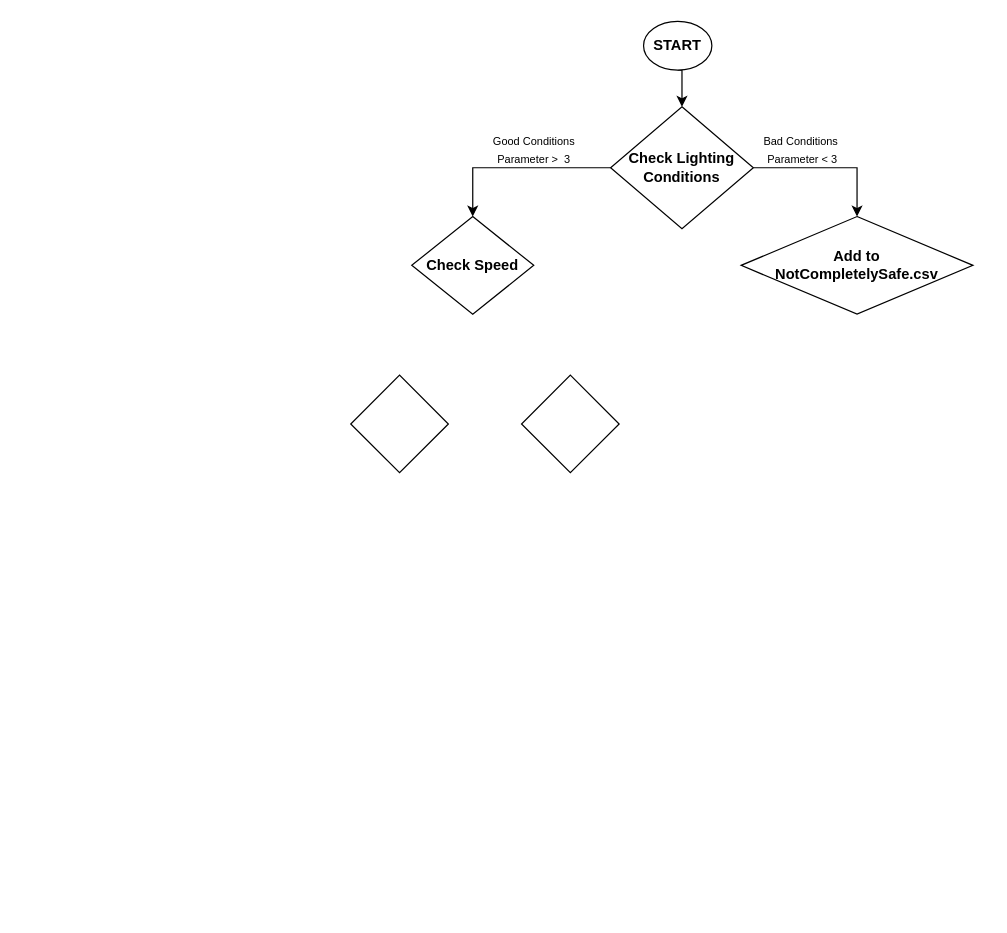
Above: WASN_trsut.drawio in sarthak100301/FlowCharts (draw.io), before the change. Source tidied: cells renumbered, new cells numbered last; positions are measured from the earlier drawing's top-left corner, leaving out a move shared by most shapes. Both pictures are drawn from the tidied source at 122%, with x=0, y=0 at pixel (350, 21).
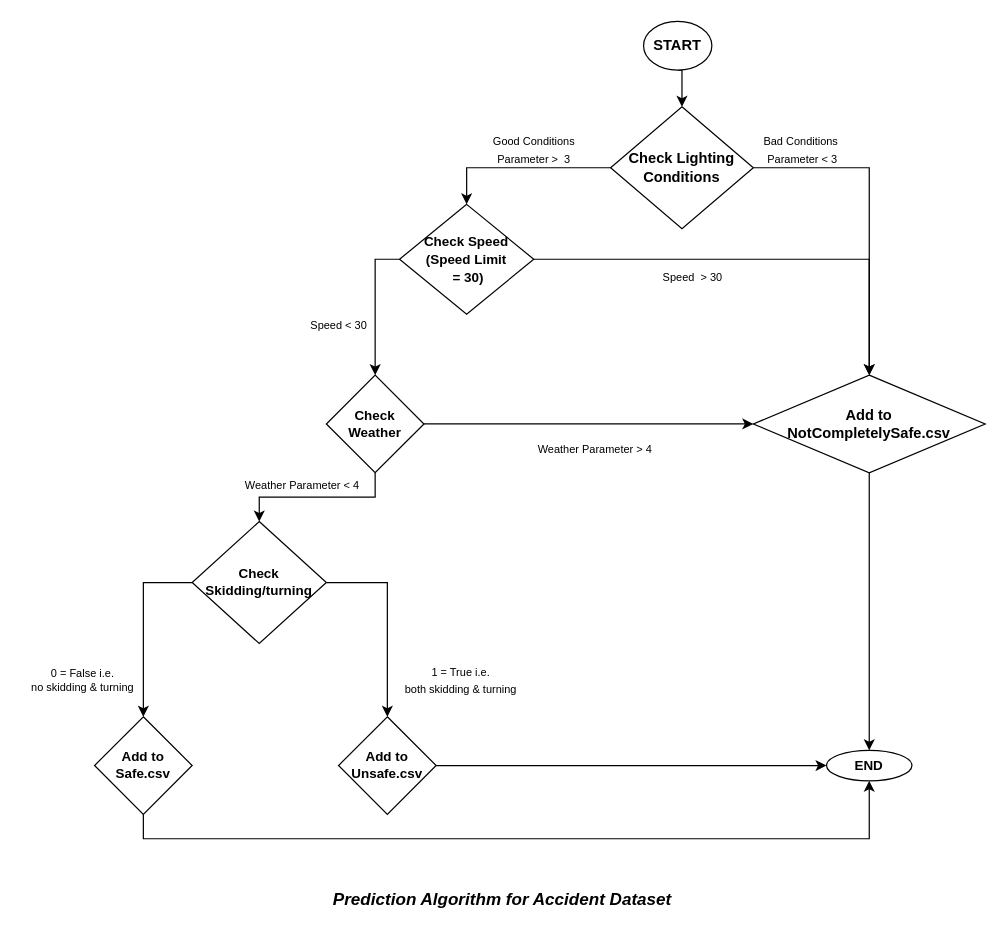
Above is the later version.

Change to the diagram source:
```diff
@@
+    <mxCell id="13" style="edgeStyle=orthogonalEdgeStyle;rounded=0;jettySize=auto;html=1;exitX=0;exitY=0.5;exitDx=0;exitDy=0;fontSize=9;" parent="1" edge="1" source="7" target="11">
+      <mxGeometry relative="1" as="geometry" />
+    </mxCell>
+    <mxCell id="14" style="edgeStyle=orthogonalEdgeStyle;rounded=0;jettySize=auto;html=1;exitX=1;exitY=0.5;exitDx=0;exitDy=0;fontSize=9;entryX=0.5;entryY=0;entryDx=0;entryDy=0;" parent="1" edge="1" source="7" target="8">
+      <mxGeometry relative="1" as="geometry" />
+    </mxCell>
-    <mxCell id="7" value="&lt;b&gt;Check Speed&lt;/b&gt;" style="rhombus;whiteSpace=wrap;html=1;" parent="1" vertex="1">
-      <mxGeometry x="50" y="160" width="100" height="80" as="geometry" />
+    <mxCell id="7" value="&lt;b&gt;&lt;font style=&quot;font-size: 11px&quot;&gt;Check Speed&lt;br&gt;(Speed Limit&lt;br&gt;&amp;nbsp;= 30)&lt;/font&gt;&lt;br&gt;&lt;/b&gt;" style="rhombus;whiteSpace=wrap;html=1;" parent="1" vertex="1">
+      <mxGeometry x="40" y="150" width="110" height="90" as="geometry" />
     </mxCell>
+    <mxCell id="15" style="edgeStyle=orthogonalEdgeStyle;rounded=0;jettySize=auto;html=1;exitX=0.5;exitY=1;exitDx=0;exitDy=0;fontSize=11;" parent="1" edge="1" source="8" target="31">
+      <mxGeometry relative="1" as="geometry" />
+    </mxCell>
     <mxCell id="8" value="&lt;b&gt;Add to &lt;br&gt;NotCompletelySafe.csv&lt;/b&gt;" style="rhombus;whiteSpace=wrap;html=1;" parent="1" vertex="1">
-      <mxGeometry x="320" y="160" width="190" height="80" as="geometry" />
+      <mxGeometry x="330" y="290" width="190" height="80" as="geometry" />
     </mxCell>
@@
+    <mxCell id="16" style="edgeStyle=orthogonalEdgeStyle;rounded=0;jettySize=auto;html=1;exitX=1;exitY=0.5;exitDx=0;exitDy=0;entryX=0.5;entryY=0;entryDx=0;entryDy=0;fontSize=11;" parent="1" edge="1" source="11" target="24">
+      <mxGeometry relative="1" as="geometry" />
+    </mxCell>
+    <mxCell id="17" style="edgeStyle=orthogonalEdgeStyle;rounded=0;jettySize=auto;html=1;exitX=0.5;exitY=0;exitDx=0;exitDy=0;entryX=0;entryY=0.5;entryDx=0;entryDy=0;fontSize=11;" parent="1" edge="1" source="11" target="8">
+      <mxGeometry relative="1" as="geometry" />
+    </mxCell>
-    <mxCell id="11" style="rhombus;whiteSpace=wrap;html=1;fontSize=9;direction=south;" parent="1" vertex="1">
-      <mxGeometry y="290" width="80" height="80" as="geometry" />
+    <mxCell id="11" value="&lt;font style=&quot;font-size: 11px&quot;&gt;&lt;b&gt;Check Weather&lt;/b&gt;&lt;/font&gt;" style="rhombus;whiteSpace=wrap;html=1;fontSize=9;direction=south;" parent="1" vertex="1">
+      <mxGeometry x="-20" y="290" width="80" height="80" as="geometry" />
     </mxCell>
-    <mxCell id="12" style="rhombus;whiteSpace=wrap;html=1;fontSize=9;" parent="1" vertex="1">
-      <mxGeometry x="140" y="290" width="80" height="80" as="geometry" />
-    </mxCell>
+    <mxCell id="18" value="Speed &amp;lt; 30" style="text;html=1;align=center;verticalAlign=middle;strokeColor=none;fillColor=none;fontSize=9;" parent="1" vertex="1">
+      <mxGeometry x="-40" y="240" width="60" height="20" as="geometry" />
+    </mxCell>
+    <mxCell id="19" value="Speed&amp;nbsp; &amp;gt; 30" style="text;html=1;align=center;verticalAlign=middle;strokeColor=none;fillColor=none;fontSize=9;" parent="1" vertex="1">
+      <mxGeometry x="250" y="200" width="60" height="20" as="geometry" />
+    </mxCell>
+    <mxCell id="20" style="edgeStyle=orthogonalEdgeStyle;rounded=0;jettySize=auto;html=1;exitX=0.5;exitY=1;exitDx=0;exitDy=0;entryX=0.5;entryY=1;entryDx=0;entryDy=0;fontSize=11;" parent="1" edge="1" source="21" target="31">
+      <mxGeometry relative="1" as="geometry" />
+    </mxCell>
+    <mxCell id="21" value="&lt;b&gt;Add to Safe.csv&lt;/b&gt;" style="rhombus;whiteSpace=wrap;html=1;fontSize=11;" parent="1" vertex="1">
+      <mxGeometry x="-210" y="570" width="80" height="80" as="geometry" />
+    </mxCell>
+    <mxCell id="22" style="edgeStyle=orthogonalEdgeStyle;rounded=0;jettySize=auto;html=1;exitX=0;exitY=0.5;exitDx=0;exitDy=0;entryX=0.5;entryY=0;entryDx=0;entryDy=0;fontSize=11;" parent="1" edge="1" source="24" target="21">
+      <mxGeometry relative="1" as="geometry" />
+    </mxCell>
+    <mxCell id="23" style="edgeStyle=orthogonalEdgeStyle;rounded=0;jettySize=auto;html=1;exitX=1;exitY=0.5;exitDx=0;exitDy=0;fontSize=9;" parent="1" edge="1" source="24" target="29">
+      <mxGeometry relative="1" as="geometry" />
+    </mxCell>
+    <mxCell id="24" value="&lt;b&gt;Check Skidding/turning&lt;/b&gt;" style="rhombus;whiteSpace=wrap;html=1;fontSize=11;" parent="1" vertex="1">
+      <mxGeometry x="-130" y="410" width="110" height="100" as="geometry" />
+    </mxCell>
+    <mxCell id="25" value="&lt;font style=&quot;font-size: 9px&quot;&gt;Weather Parameter &amp;gt; 4&lt;/font&gt;" style="text;html=1;align=center;verticalAlign=middle;strokeColor=none;fillColor=none;fontSize=11;" parent="1" vertex="1">
+      <mxGeometry x="145" y="340" width="110" height="20" as="geometry" />
+    </mxCell>
+    <mxCell id="26" value="&lt;font style=&quot;font-size: 9px&quot;&gt;Weather Parameter &amp;lt; 4&lt;/font&gt;" style="text;html=1;align=center;verticalAlign=middle;strokeColor=none;fillColor=none;fontSize=11;" parent="1" vertex="1">
+      <mxGeometry x="-95" y="370" width="110" height="20" as="geometry" />
+    </mxCell>
+    <mxCell id="27" value="0 = False i.e. &lt;br&gt;no skidding &amp;amp; turning" style="text;html=1;align=center;verticalAlign=middle;strokeColor=none;fillColor=none;fontSize=9;" parent="1" vertex="1">
+      <mxGeometry x="-270" y="525" width="100" height="30" as="geometry" />
+    </mxCell>
+    <mxCell id="28" style="edgeStyle=orthogonalEdgeStyle;rounded=0;jettySize=auto;html=1;exitX=1;exitY=0.5;exitDx=0;exitDy=0;entryX=0;entryY=0.5;entryDx=0;entryDy=0;fontSize=11;" parent="1" edge="1" source="29" target="31">
+      <mxGeometry relative="1" as="geometry" />
+    </mxCell>
+    <mxCell id="29" value="&lt;b&gt;&lt;font style=&quot;font-size: 11px&quot;&gt;Add to Unsafe.csv&lt;/font&gt;&lt;/b&gt;" style="rhombus;whiteSpace=wrap;html=1;fontSize=9;" parent="1" vertex="1">
+      <mxGeometry x="-10" y="570" width="80" height="80" as="geometry" />
+    </mxCell>
+    <mxCell id="30" value="&lt;span style=&quot;font-size: 9px&quot;&gt;1 = True i.e.&lt;/span&gt;&lt;br style=&quot;font-size: 9px&quot;&gt;&lt;span style=&quot;font-size: 9px&quot;&gt;both skidding &amp;amp; turning&lt;/span&gt;" style="text;html=1;align=center;verticalAlign=middle;strokeColor=none;fillColor=none;fontSize=11;" parent="1" vertex="1">
+      <mxGeometry x="35" y="525" width="110" height="30" as="geometry" />
+    </mxCell>
+    <mxCell id="31" value="&lt;b&gt;END&lt;/b&gt;" style="ellipse;whiteSpace=wrap;html=1;fontSize=11;" parent="1" vertex="1">
+      <mxGeometry x="390" y="597.5" width="70" height="25" as="geometry" />
+    </mxCell>
+    <mxCell id="32" value="&lt;b&gt;&lt;i&gt;&lt;font style=&quot;font-size: 14px&quot;&gt;Prediction Algorithm for Accident Dataset&lt;/font&gt;&lt;/i&gt;&lt;/b&gt;" style="text;html=1;align=center;verticalAlign=middle;strokeColor=none;fillColor=none;fontSize=11;" parent="1" vertex="1">
+      <mxGeometry x="-21" y="710" width="290" height="20" as="geometry" />
+    </mxCell>
```
